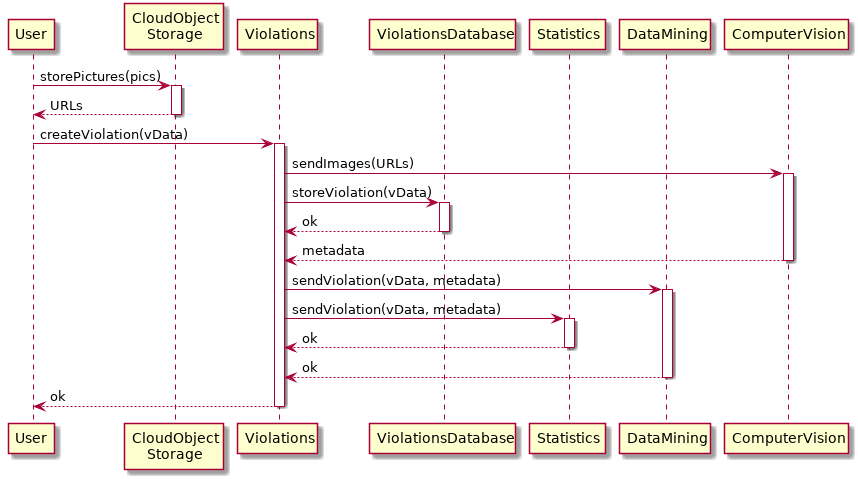
This is DD/images/sequenceDiagrams/CreateViolation.png from GiorgioUghini/SafeStreets, a PlantUML export, as it was before one commit.
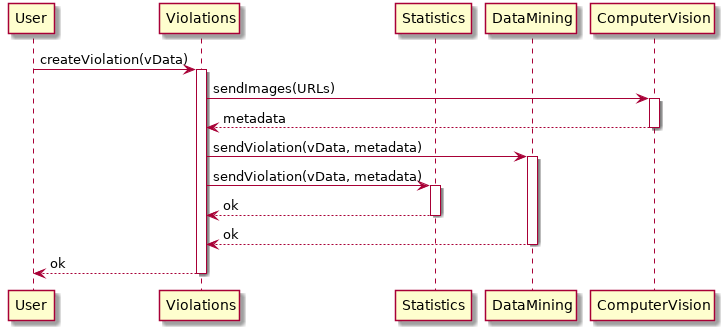
The same file after the commit.

Diff of the diagram source:
```diff
@@ -1,19 +1,13 @@
 @startuml CreateViolation
     participant User as U
-    participant "CloudObject\nStorage" as COS
     participant Violations as V
-    participant ViolationsDatabase as VD
     participant Statistics as S
     participant DataMining as DM
     participant ComputerVision as CV
     autoactivate on
 
-    U -> COS: storePictures(pics)
-    return URLs
     U -> V: createViolation(vData)
     V -> CV: sendImages(URLs)
-    V -> VD: storeViolation(vData)
-    return ok
     return metadata
     V -> DM: sendViolation(vData, metadata)
     V -> S: sendViolation(vData, metadata)
```
